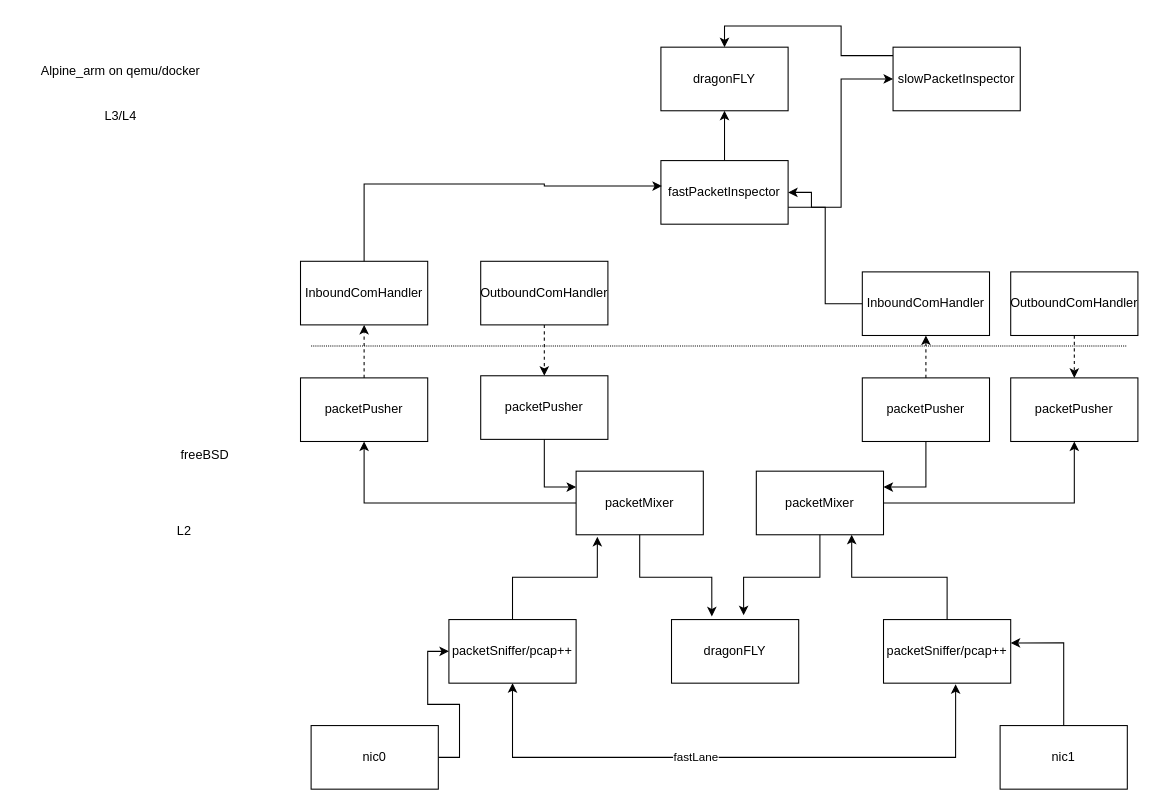
Above: ElephantShrew/doc/ffw.drawio in 0xbadcaffe/ElephantShrew (draw.io), before the change. Source tidied: cells renumbered, new cells numbered last; positions are measured from the earlier drawing's top-left corner, leaving out a move shared by most shapes. Both pictures are drawn from the tidied source at 106%, with x=0, y=0 at pixel (30, 25).
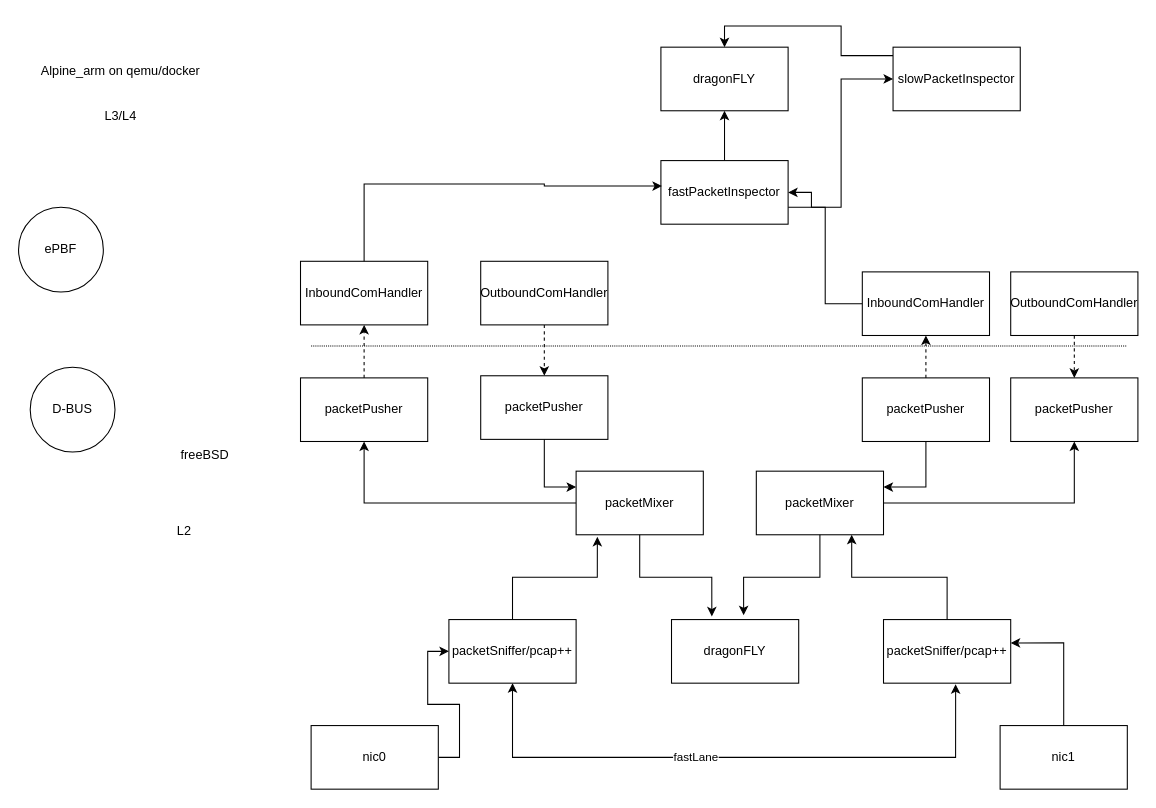
The same page after the edit.

Change to the diagram source:
```diff
@@
+    <mxCell id="46" value="ePBF" style="ellipse;whiteSpace=wrap;html=1;" parent="1" vertex="1">
+      <mxGeometry x="-11" y="171" width="80" height="80" as="geometry" />
+    </mxCell>
+    <mxCell id="47" value="D-BUS" style="ellipse;whiteSpace=wrap;html=1;" parent="1" vertex="1">
+      <mxGeometry y="322" width="80" height="80" as="geometry" />
+    </mxCell>
```
